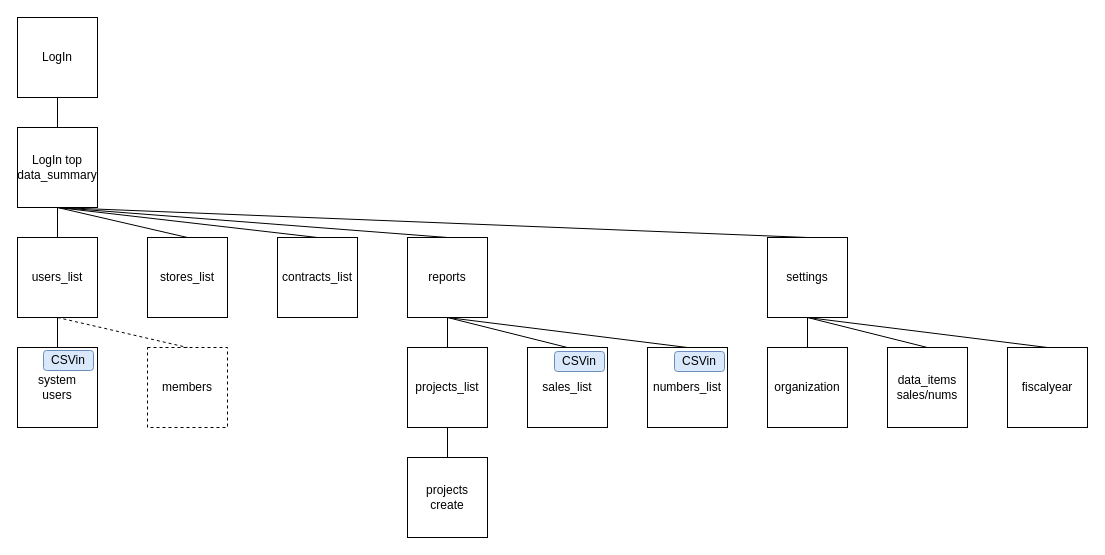
ToshiyukiShindo/-Graduation-work keeps this draw.io diagram as pageTransition.drawio. Above is the earlier version. Source tidied: cells renumbered, new cells numbered last; positions are measured from the earlier drawing's top-left corner, leaving out a move shared by most shapes. Both pictures are drawn from the tidied source at 100%, with x=0, y=0 at pixel (17, 17).
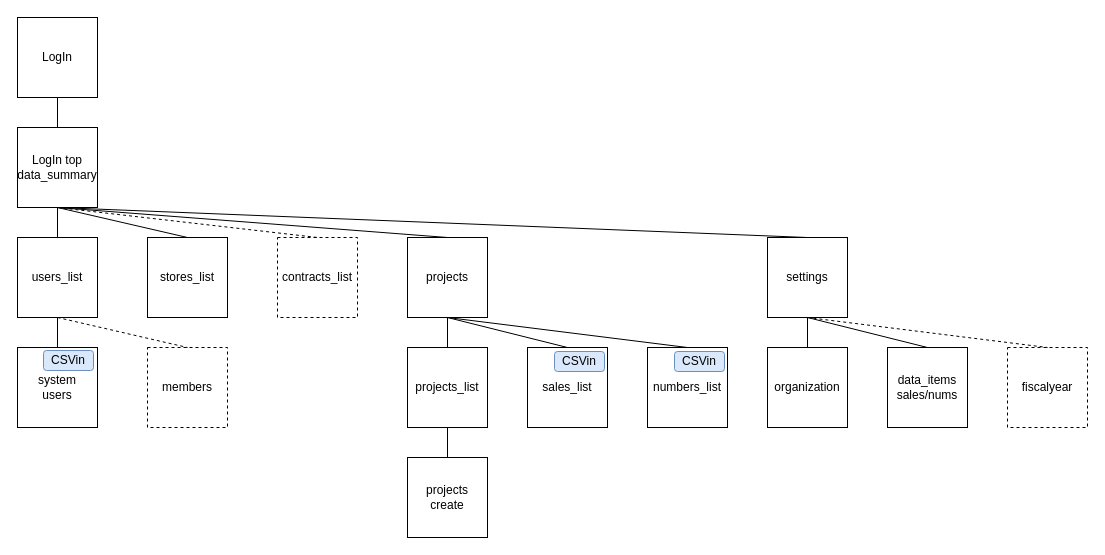
The same page after the edit.

The change refers to these unchanged cells:
```xml
<mxCell id="3" value="LogIn top&lt;br&gt;data_summary" style="whiteSpace=wrap;html=1;" parent="1" vertex="1">
  <mxGeometry y="110" width="80" height="80" as="geometry" />
</mxCell>
```

What changed in the source:
```diff
@@
-    <mxCell id="6" value="contracts_list" style="whiteSpace=wrap;html=1;" parent="1" vertex="1">
+    <mxCell id="6" value="contracts_list" style="whiteSpace=wrap;html=1;dashed=1;" parent="1" vertex="1">
       <mxGeometry x="260" y="220" width="80" height="80" as="geometry" />
     </mxCell>
-    <mxCell id="7" value="reports" style="whiteSpace=wrap;html=1;" parent="1" vertex="1">
+    <mxCell id="7" value="projects" style="whiteSpace=wrap;html=1;" parent="1" vertex="1">
       <mxGeometry x="390" y="220" width="80" height="80" as="geometry" />
     </mxCell>
@@
-    <mxCell id="12" style="endArrow=none;html=1;rounded=0;exitX=0.5;exitY=1;exitDx=0;exitDy=0;entryX=0.5;entryY=0;entryDx=0;entryDy=0;" parent="1" edge="1" source="3" target="6">
+    <mxCell id="12" style="endArrow=none;html=1;rounded=0;exitX=0.5;exitY=1;exitDx=0;exitDy=0;entryX=0.5;entryY=0;entryDx=0;entryDy=0;dashed=1;" parent="1" edge="1" source="3" target="6">
       <mxGeometry relative="1" as="geometry" />
     </mxCell>
@@
-    <mxCell id="27" value="fiscalyear" style="whiteSpace=wrap;html=1;" parent="1" vertex="1">
+    <mxCell id="27" value="fiscalyear" style="whiteSpace=wrap;html=1;dashed=1;" parent="1" vertex="1">
       <mxGeometry x="990" y="330" width="80" height="80" as="geometry" />
     </mxCell>
@@
-    <mxCell id="30" style="endArrow=none;html=1;rounded=0;entryX=0.5;entryY=0;entryDx=0;entryDy=0;" parent="1" edge="1" target="27">
+    <mxCell id="30" style="endArrow=none;html=1;rounded=0;entryX=0.5;entryY=0;entryDx=0;entryDy=0;dashed=1;" parent="1" edge="1" target="27">
       <mxGeometry relative="1" as="geometry">
         <mxPoint x="790" y="300" as="sourcePoint" />
       </mxGeometry>
     </mxCell>
```
